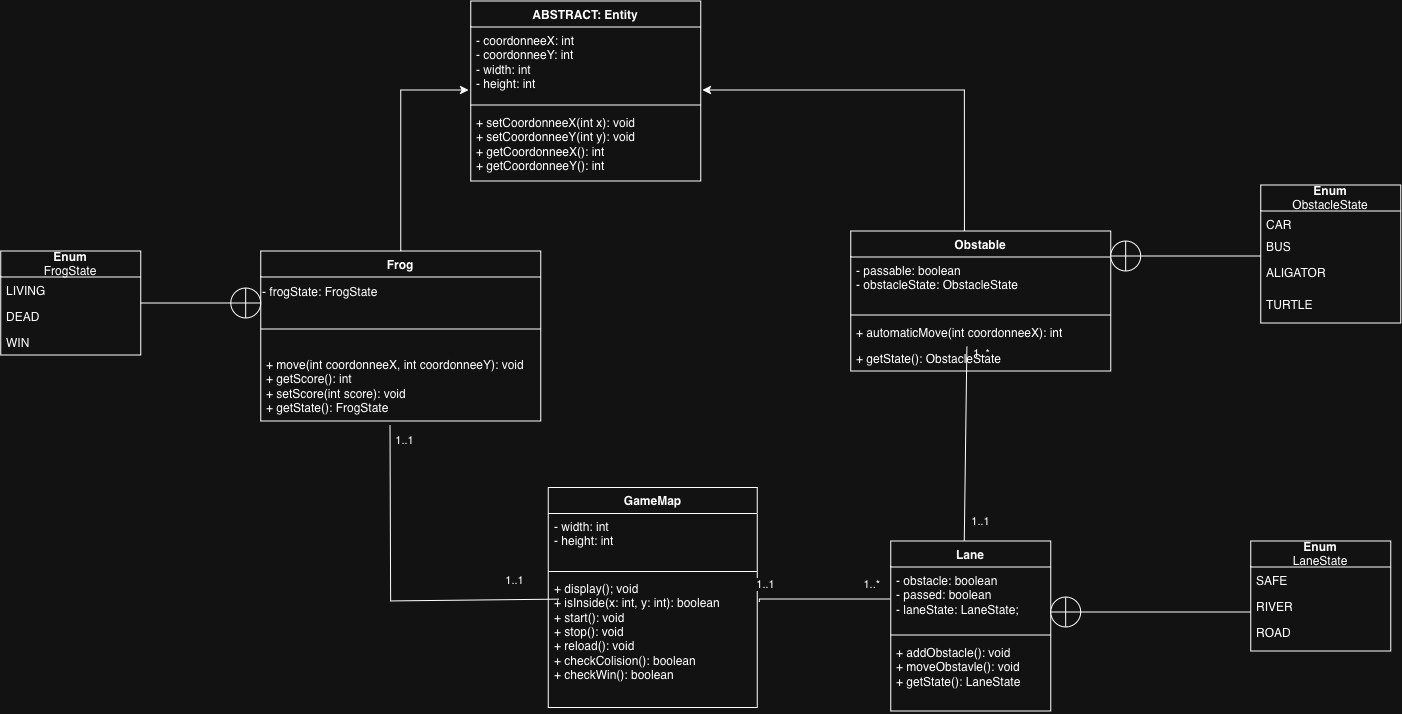
The draw.io diagram diagrams/Diagram.png in quentinhouillon/Frogger, before a commit. Source tidied: cells renumbered, new cells last; positions are measured from the earlier drawing's top-left corner, leaving out a move shared by most shapes.
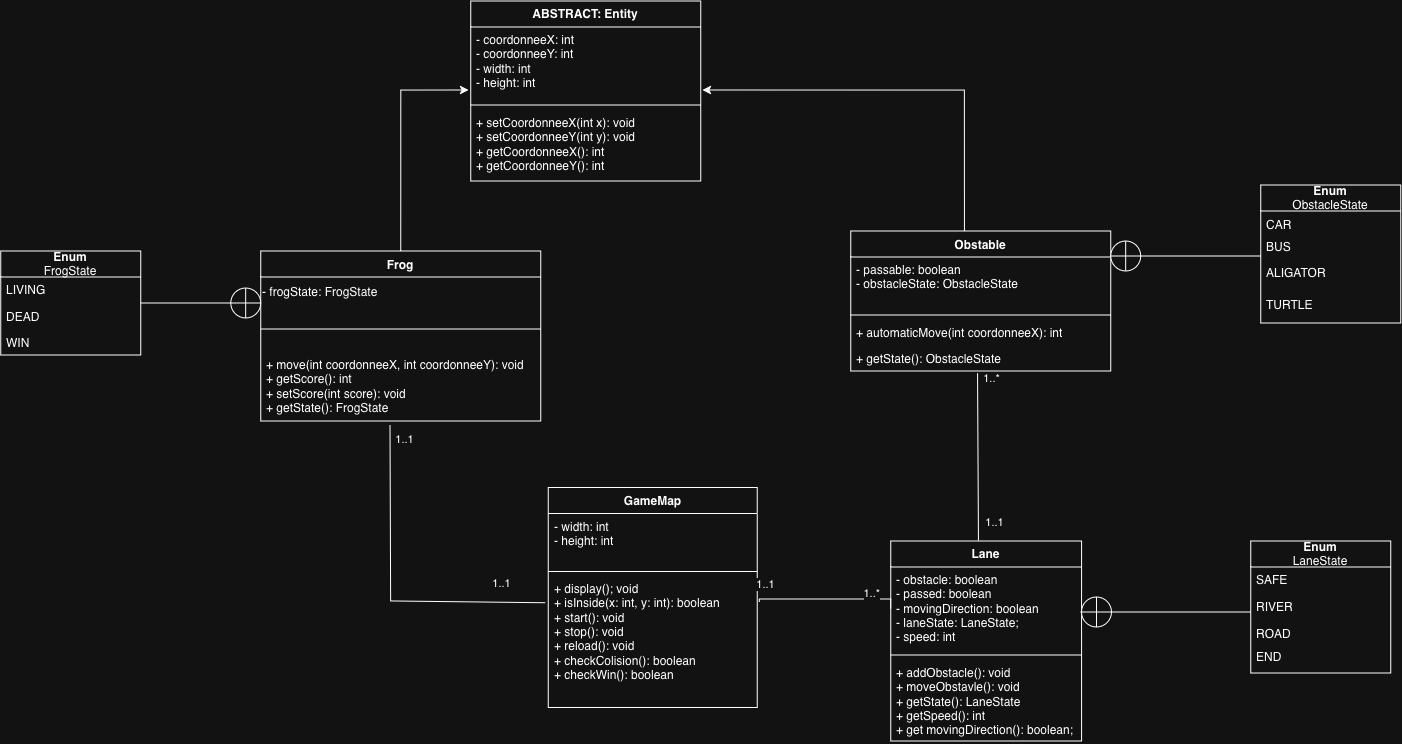
Later version of the same file.

Diff of the diagram source:
```diff
@@ -32,9 +32,8 @@
     <mxCell id="11" style="edgeStyle=orthogonalEdgeStyle;rounded=0;jettySize=auto;html=1;entryX=1.008;entryY=0.851;entryDx=0;entryDy=0;entryPerimeter=0;exitX=0.438;exitY=0;exitDx=0;exitDy=0;exitPerimeter=0;" parent="1" edge="1" source="29" target="3">
       <mxGeometry relative="1" as="geometry" />
     </mxCell>
-    <mxCell id="12" style="endArrow=none;html=1;rounded=0;exitX=-0.017;exitY=0.095;exitDx=0;exitDy=0;exitPerimeter=0;entryX=0.462;entryY=1.051;entryDx=0;entryDy=0;entryPerimeter=0;" parent="1" edge="1" target="9">
+    <mxCell id="12" style="endArrow=none;html=1;rounded=0;exitX=-0.013;exitY=0.207;exitDx=0;exitDy=0;exitPerimeter=0;entryX=0.462;entryY=1.051;entryDx=0;entryDy=0;entryPerimeter=0;" parent="1" edge="1" source="21" target="9">
       <mxGeometry relative="1" as="geometry">
-        <mxPoint x="558.3" y="598.7" as="sourcePoint" />
         <Array as="points">
           <mxPoint x="390.2" y="600.5" />
         </Array>
@@ -50,7 +49,7 @@
         <mxPoint x="-23" y="-17" as="offset" />
       </mxGeometry>
     </mxCell>
-    <mxCell id="15" style="endArrow=none;html=1;rounded=0;entryX=0.447;entryY=1.065;entryDx=0;entryDy=0;entryPerimeter=0;exitX=0.46;exitY=-0.002;exitDx=0;exitDy=0;exitPerimeter=0;" parent="1" edge="1" source="22" target="32">
+    <mxCell id="15" style="endArrow=none;html=1;rounded=0;entryX=0.488;entryY=1.086;entryDx=0;entryDy=0;entryPerimeter=0;exitX=0.46;exitY=-0.002;exitDx=0;exitDy=0;exitPerimeter=0;" parent="1" edge="1" source="22" target="33">
       <mxGeometry relative="1" as="geometry" />
     </mxCell>
     <mxCell id="16" value="1..*" style="edgeLabel;html=1;align=center;verticalAlign=middle;" parent="15" vertex="1">
@@ -76,16 +75,16 @@
       <mxGeometry y="88" width="209" height="132" as="geometry" />
     </mxCell>
     <mxCell id="22" value="Lane" style="swimlane;fontStyle=1;align=center;verticalAlign=top;horizontal=1;startSize=26;whiteSpace=wrap;html=1;" parent="1" vertex="1">
-      <mxGeometry x="890.2" y="540.5" width="160" height="170" as="geometry" />
+      <mxGeometry x="890.2" y="540.5" width="190.8" height="200" as="geometry" />
     </mxCell>
-    <mxCell id="23" value="&lt;div&gt;- obstacle: boolean&lt;/div&gt;&lt;div&gt;- passed: boolean&lt;/div&gt;- laneState: LaneState;" style="text;strokeColor=none;fillColor=none;align=left;verticalAlign=top;spacingLeft=4;spacingRight=4;overflow=hidden;points=[[0,0.5],[1,0.5]];portConstraint=eastwest;whiteSpace=wrap;html=1;" parent="22" vertex="1">
-      <mxGeometry y="26" width="160" height="64" as="geometry" />
+    <mxCell id="23" value="&lt;div&gt;- obstacle: boolean&lt;/div&gt;&lt;div&gt;- passed: boolean&lt;/div&gt;&lt;div&gt;- movingDirection: boolean&lt;/div&gt;&lt;div&gt;- laneState: LaneState;&lt;/div&gt;- speed: int" style="text;strokeColor=none;fillColor=none;align=left;verticalAlign=top;spacingLeft=4;spacingRight=4;overflow=hidden;points=[[0,0.5],[1,0.5]];portConstraint=eastwest;whiteSpace=wrap;html=1;" parent="22" vertex="1">
+      <mxGeometry y="26" width="190.8" height="84" as="geometry" />
     </mxCell>
     <mxCell id="24" style="line;strokeWidth=1;fillColor=none;align=left;verticalAlign=middle;spacingTop=-1;spacingLeft=3;spacingRight=3;labelPosition=right;strokeColor=inherit;" parent="22" vertex="1">
-      <mxGeometry y="90" width="160" height="8" as="geometry" />
+      <mxGeometry y="110" width="190.8" height="8" as="geometry" />
     </mxCell>
-    <mxCell id="25" value="&lt;div&gt;+ addObstacle(): void&lt;/div&gt;&lt;div&gt;+ moveObstavle(): void&lt;/div&gt;&lt;div&gt;+ getState(): LaneState&lt;/div&gt;" style="text;strokeColor=none;fillColor=none;align=left;verticalAlign=top;spacingLeft=4;spacingRight=4;overflow=hidden;whiteSpace=wrap;html=1;" parent="22" vertex="1">
-      <mxGeometry y="98" width="160" height="72" as="geometry" />
+    <mxCell id="25" value="&lt;div&gt;+ addObstacle(): void&lt;/div&gt;&lt;div&gt;+ moveObstavle(): void&lt;/div&gt;&lt;div&gt;+ getState(): LaneState&lt;/div&gt;&lt;div&gt;+ getSpeed(): int&lt;/div&gt;&lt;div&gt;+ get movingDirection(): boolean;&lt;/div&gt;" style="text;strokeColor=none;fillColor=none;align=left;verticalAlign=top;spacingLeft=4;spacingRight=4;overflow=hidden;whiteSpace=wrap;html=1;" parent="22" vertex="1">
+      <mxGeometry y="118" width="190.8" height="82" as="geometry" />
     </mxCell>
     <mxCell id="26" style="endArrow=none;html=1;edgeStyle=orthogonalEdgeStyle;rounded=0;entryX=0;entryY=0.5;entryDx=0;entryDy=0;exitX=1.01;exitY=0.198;exitDx=0;exitDy=0;exitPerimeter=0;" parent="1" edge="1" source="21" target="23">
       <mxGeometry relative="1" as="geometry">
@@ -159,22 +158,25 @@
       <mxGeometry x="1140.2" y="251.5" width="120" height="8" as="geometry" />
     </mxCell>
     <mxCell id="47" value="&lt;div&gt;&lt;b&gt;Enum&lt;/b&gt;&lt;/div&gt;&lt;div&gt;LaneState&lt;/div&gt;" style="swimlane;fontStyle=0;horizontal=1;startSize=26;fillColor=none;whiteSpace=wrap;html=1;" parent="1" vertex="1">
-      <mxGeometry x="1250.2" y="540.5" width="140" height="110" as="geometry" />
+      <mxGeometry x="1250.2" y="540.5" width="140" height="132" as="geometry" />
     </mxCell>
     <mxCell id="48" value="SAFE" style="text;strokeColor=none;fillColor=none;align=left;verticalAlign=top;spacingLeft=4;spacingRight=4;overflow=hidden;whiteSpace=wrap;html=1;" parent="47" vertex="1">
       <mxGeometry y="26" width="140" height="26" as="geometry" />
     </mxCell>
     <mxCell id="49" value="RIVER" style="text;strokeColor=none;fillColor=none;align=left;verticalAlign=top;spacingLeft=4;spacingRight=4;overflow=hidden;whiteSpace=wrap;html=1;" parent="47" vertex="1">
-      <mxGeometry y="52" width="140" height="26" as="geometry" />
+      <mxGeometry y="52" width="140" height="28" as="geometry" />
     </mxCell>
     <mxCell id="50" value="ROAD" style="text;strokeColor=none;fillColor=none;align=left;verticalAlign=top;spacingLeft=4;spacingRight=4;overflow=hidden;whiteSpace=wrap;html=1;" parent="47" vertex="1">
-      <mxGeometry y="78" width="140" height="32" as="geometry" />
+      <mxGeometry y="80" width="140" height="22" as="geometry" />
     </mxCell>
+    <mxCell id="53" value="END" style="text;strokeColor=none;fillColor=none;align=left;verticalAlign=top;spacingLeft=4;spacingRight=4;overflow=hidden;whiteSpace=wrap;html=1;" parent="47" vertex="1">
+      <mxGeometry y="102" width="140" height="30" as="geometry" />
+    </mxCell>
     <mxCell id="51" style="line;strokeWidth=1;fillColor=none;align=left;verticalAlign=middle;spacingTop=-1;spacingLeft=3;spacingRight=3;labelPosition=right;strokeColor=inherit;" parent="1" vertex="1">
       <mxGeometry x="1080.2" y="607.5" width="170" height="8" as="geometry" />
     </mxCell>
     <mxCell id="52" style="verticalLabelPosition=bottom;verticalAlign=top;html=1;shape=mxgraph.flowchart.summing_function;" parent="1" vertex="1">
-      <mxGeometry x="1050.2" y="596.5" width="30" height="30" as="geometry" />
+      <mxGeometry x="1081" y="596.5" width="30" height="30" as="geometry" />
     </mxCell>
   </root>
 </mxGraphModel>
```
